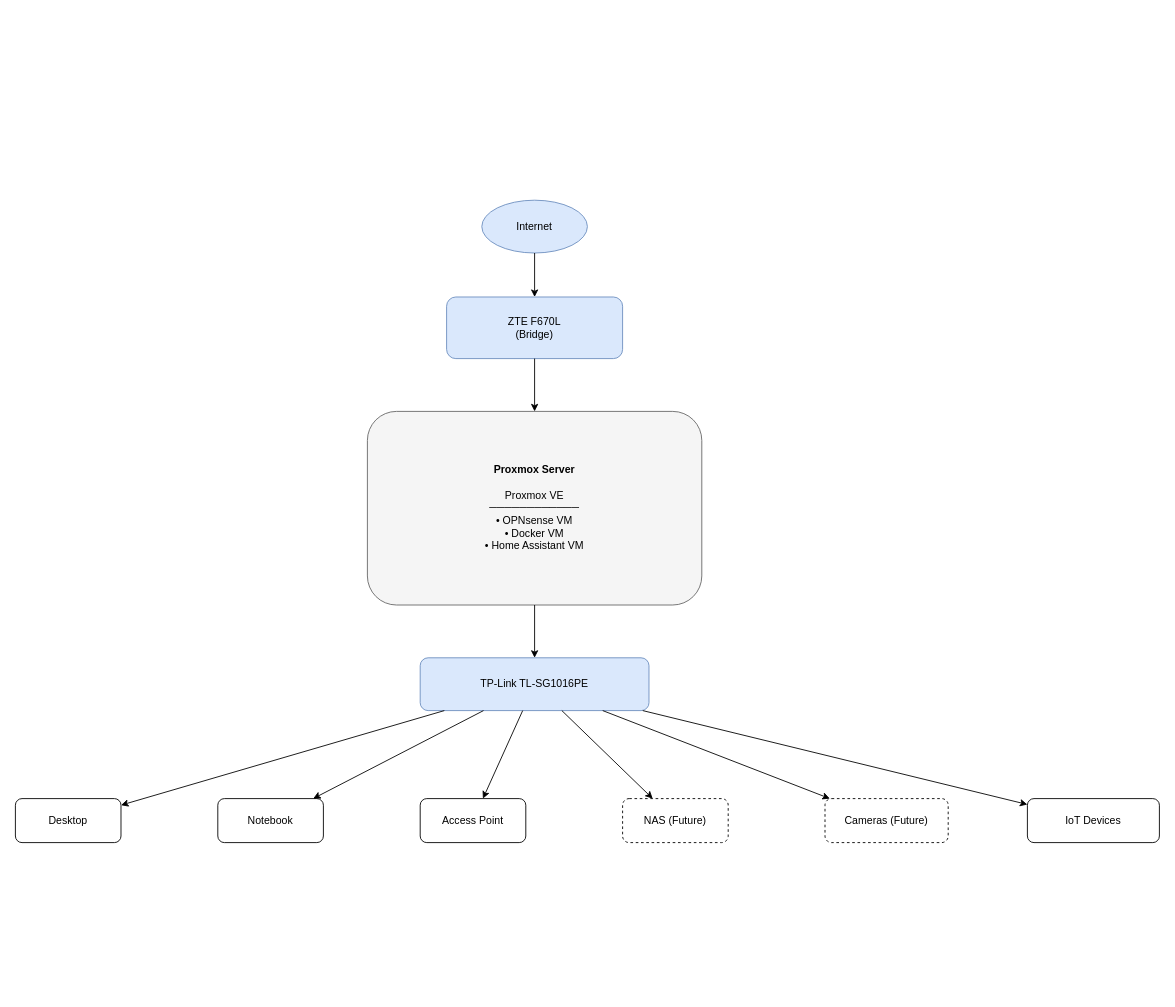
This is diagrams/homelab-architecture.drawio from wmanke952/homelab, a draw.io file, before an edit. Source tidied: cells renumbered, new cells numbered last; positions are measured from the earlier drawing's top-left corner, leaving out a move shared by most shapes. Both pictures are drawn from the tidied source at 88%, with x=0, y=0 at pixel (15, 200).
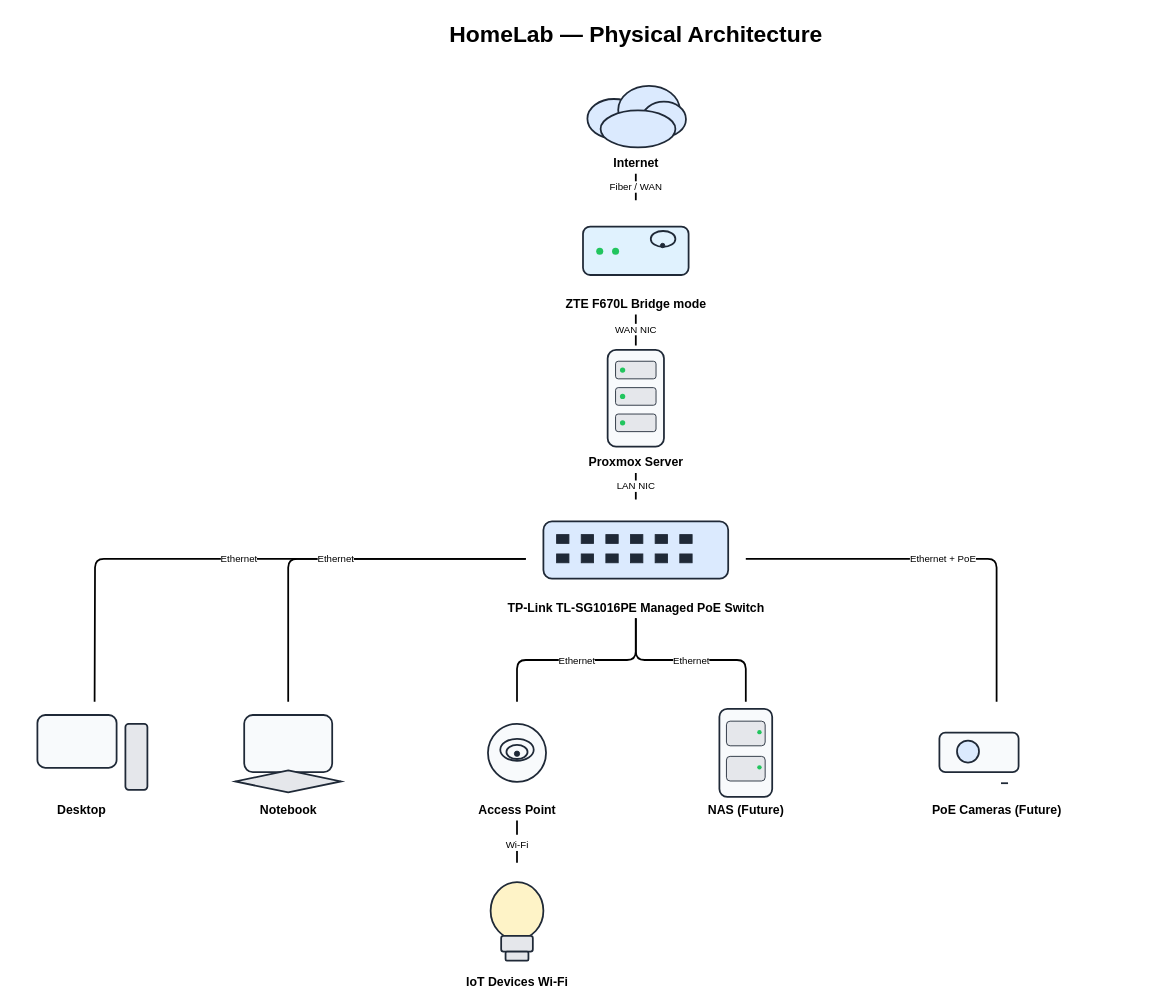
The same page after the edit.

What changed in the source:
```diff
@@
+    <mxCell id="21" value="HomeLab — Physical Architecture" style="text;html=1;strokeColor=none;fillColor=none;align=center;fontSize=26;fontStyle=1;" parent="1" vertex="1">
+      <mxGeometry x="385" y="-210" width="640" height="40" as="geometry" />
+    </mxCell>
+    <mxCell id="22" style="group;" parent="1" vertex="1">
+      <mxGeometry x="630" y="-150" width="150" height="120" as="geometry" />
+    </mxCell>
-    <mxCell id="2" value="Internet" style="ellipse;whiteSpace=wrap;html=1;fillColor=#dae8fc;strokeColor=#6c8ebf;" parent="1" vertex="1">
-      <mxGeometry x="530" width="120" height="60" as="geometry" />
+    <mxCell id="2" value="Internet" style="text;html=1;strokeColor=none;fillColor=none;align=center;verticalAlign=middle;fontSize=14;fontStyle=1;" parent="22" vertex="1">
+      <mxGeometry y="95" width="150" height="25" as="geometry" />
     </mxCell>
-    <mxCell id="3" value="ZTE F670L&#10;(Bridge)" style="rounded=1;whiteSpace=wrap;html=1;fillColor=#dae8fc;strokeColor=#6c8ebf;" parent="1" vertex="1">
-      <mxGeometry x="490" y="110" width="200" height="70" as="geometry" />
-    </mxCell>
-    <mxCell id="4" value="&lt;b&gt;Proxmox Server&lt;/b&gt;&#10;&#10;Proxmox VE&#10;────────────&#10;• OPNsense VM&#10;• Docker VM&#10;• Home Assistant VM" style="rounded=1;whiteSpace=wrap;html=1;fillColor=#f5f5f5;strokeColor=#666666;" parent="1" vertex="1">
-      <mxGeometry x="400" y="240" width="380" height="220" as="geometry" />
-    </mxCell>
-    <mxCell id="5" value="TP-Link TL-SG1016PE" style="rounded=1;whiteSpace=wrap;html=1;fillColor=#dae8fc;strokeColor=#6c8ebf;" parent="1" vertex="1">
-      <mxGeometry x="460" y="520" width="260" height="60" as="geometry" />
-    </mxCell>
+    <mxCell id="23" style="ellipse;whiteSpace=wrap;html=1;fillColor=#dbeafe;strokeColor=#1f2937;strokeWidth=2;" parent="22" vertex="1">
+      <mxGeometry x="20" y="35" width="60" height="45" as="geometry" />
+    </mxCell>
+    <mxCell id="24" style="ellipse;whiteSpace=wrap;html=1;fillColor=#dbeafe;strokeColor=#1f2937;strokeWidth=2;" parent="22" vertex="1">
+      <mxGeometry x="55" y="20" width="70" height="55" as="geometry" />
+    </mxCell>
+    <mxCell id="25" style="ellipse;whiteSpace=wrap;html=1;fillColor=#dbeafe;strokeColor=#1f2937;strokeWidth=2;" parent="22" vertex="1">
+      <mxGeometry x="82" y="38" width="50" height="40" as="geometry" />
+    </mxCell>
+    <mxCell id="26" style="ellipse;whiteSpace=wrap;html=1;fillColor=#dbeafe;strokeColor=#1f2937;strokeWidth=2;" parent="22" vertex="1">
+      <mxGeometry x="35" y="48" width="85" height="42" as="geometry" />
+    </mxCell>
+    <mxCell id="27" style="group;" parent="1" vertex="1">
+      <mxGeometry x="630" width="150" height="130" as="geometry" />
+    </mxCell>
+    <mxCell id="28" value="ZTE F670L Bridge mode" style="text;html=1;strokeColor=none;fillColor=none;align=center;verticalAlign=middle;fontSize=14;fontStyle=1;" parent="27" vertex="1">
+      <mxGeometry y="105" width="150" height="25" as="geometry" />
+    </mxCell>
+    <mxCell id="29" style="rounded=1;whiteSpace=wrap;html=1;fillColor=#e0f2fe;strokeColor=#1f2937;strokeWidth=2;" parent="27" vertex="1">
+      <mxGeometry x="15" y="30" width="120" height="55" as="geometry" />
+    </mxCell>
+    <mxCell id="30" style="ellipse;fillColor=#22c55e;strokeColor=none;" parent="27" vertex="1">
+      <mxGeometry x="30" y="54" width="8" height="8" as="geometry" />
+    </mxCell>
+    <mxCell id="31" style="ellipse;fillColor=#22c55e;strokeColor=none;" parent="27" vertex="1">
+      <mxGeometry x="48" y="54" width="8" height="8" as="geometry" />
+    </mxCell>
+    <mxCell id="32" style="shape=line;strokeColor=#1f2937;strokeWidth=2;" parent="27" vertex="1">
+      <mxGeometry x="104" y="10" height="25" as="geometry" />
+    </mxCell>
+    <mxCell id="33" style="ellipse;arcSize=50;fillColor=none;strokeColor=#1f2937;strokeWidth=2;" parent="27" vertex="1">
+      <mxGeometry x="92" y="35" width="28" height="18" as="geometry" />
+    </mxCell>
+    <mxCell id="34" style="ellipse;fillColor=#1f2937;strokeColor=#1f2937;" parent="27" vertex="1">
+      <mxGeometry x="103" y="49" width="5" height="5" as="geometry" />
+    </mxCell>
+    <mxCell id="35" style="group;" parent="1" vertex="1">
+      <mxGeometry x="630" y="165" width="150" height="145" as="geometry" />
+    </mxCell>
+    <mxCell id="36" value="Proxmox Server" style="text;html=1;strokeColor=none;fillColor=none;align=center;verticalAlign=middle;fontSize=14;fontStyle=1;" parent="35" vertex="1">
+      <mxGeometry y="120" width="150" height="25" as="geometry" />
+    </mxCell>
+    <mxCell id="37" style="rounded=1;whiteSpace=wrap;html=1;fillColor=#f8fafc;strokeColor=#1f2937;strokeWidth=2;" parent="35" vertex="1">
+      <mxGeometry x="43" y="5" width="64" height="110" as="geometry" />
+    </mxCell>
+    <mxCell id="38" style="rounded=1;fillColor=#e5e7eb;strokeColor=#1f2937;strokeWidth=1;" parent="35" vertex="1">
+      <mxGeometry x="52" y="18" width="46" height="20" as="geometry" />
+    </mxCell>
+    <mxCell id="39" style="ellipse;fillColor=#22c55e;strokeColor=none;" parent="35" vertex="1">
+      <mxGeometry x="57" y="25" width="6" height="6" as="geometry" />
+    </mxCell>
+    <mxCell id="40" style="rounded=1;fillColor=#e5e7eb;strokeColor=#1f2937;strokeWidth=1;" parent="35" vertex="1">
+      <mxGeometry x="52" y="48" width="46" height="20" as="geometry" />
+    </mxCell>
+    <mxCell id="41" style="ellipse;fillColor=#22c55e;strokeColor=none;" parent="35" vertex="1">
+      <mxGeometry x="57" y="55" width="6" height="6" as="geometry" />
+    </mxCell>
+    <mxCell id="42" style="rounded=1;fillColor=#e5e7eb;strokeColor=#1f2937;strokeWidth=1;" parent="35" vertex="1">
+      <mxGeometry x="52" y="78" width="46" height="20" as="geometry" />
+    </mxCell>
+    <mxCell id="43" style="ellipse;fillColor=#22c55e;strokeColor=none;" parent="35" vertex="1">
+      <mxGeometry x="57" y="85" width="6" height="6" as="geometry" />
+    </mxCell>
+    <mxCell id="44" style="group;" parent="1" vertex="1">
+      <mxGeometry x="580" y="340" width="250" height="135" as="geometry" />
+    </mxCell>
+    <mxCell id="45" value="TP-Link TL-SG1016PE Managed PoE Switch" style="text;html=1;strokeColor=none;fillColor=none;align=center;verticalAlign=middle;fontSize=14;fontStyle=1;" parent="44" vertex="1">
+      <mxGeometry y="110" width="250" height="25" as="geometry" />
+    </mxCell>
+    <mxCell id="46" style="rounded=1;fillColor=#dbeafe;strokeColor=#1f2937;strokeWidth=2;" parent="44" vertex="1">
+      <mxGeometry x="20" y="25" width="210" height="65" as="geometry" />
+    </mxCell>
+    <mxCell id="47" style="rounded=0;fillColor=#1f2937;strokeColor=#1f2937;" parent="44" vertex="1">
+      <mxGeometry x="35" y="40" width="14" height="10" as="geometry" />
+    </mxCell>
+    <mxCell id="48" style="rounded=0;fillColor=#1f2937;strokeColor=#1f2937;" parent="44" vertex="1">
+      <mxGeometry x="63" y="40" width="14" height="10" as="geometry" />
+    </mxCell>
+    <mxCell id="49" style="rounded=0;fillColor=#1f2937;strokeColor=#1f2937;" parent="44" vertex="1">
+      <mxGeometry x="91" y="40" width="14" height="10" as="geometry" />
+    </mxCell>
+    <mxCell id="50" style="rounded=0;fillColor=#1f2937;strokeColor=#1f2937;" parent="44" vertex="1">
+      <mxGeometry x="119" y="40" width="14" height="10" as="geometry" />
+    </mxCell>
+    <mxCell id="51" style="rounded=0;fillColor=#1f2937;strokeColor=#1f2937;" parent="44" vertex="1">
+      <mxGeometry x="147" y="40" width="14" height="10" as="geometry" />
+    </mxCell>
+    <mxCell id="52" style="rounded=0;fillColor=#1f2937;strokeColor=#1f2937;" parent="44" vertex="1">
+      <mxGeometry x="175" y="40" width="14" height="10" as="geometry" />
+    </mxCell>
+    <mxCell id="53" style="rounded=0;fillColor=#1f2937;strokeColor=#1f2937;" parent="44" vertex="1">
+      <mxGeometry x="35" y="62" width="14" height="10" as="geometry" />
+    </mxCell>
+    <mxCell id="54" style="rounded=0;fillColor=#1f2937;strokeColor=#1f2937;" parent="44" vertex="1">
+      <mxGeometry x="63" y="62" width="14" height="10" as="geometry" />
+    </mxCell>
+    <mxCell id="55" style="rounded=0;fillColor=#1f2937;strokeColor=#1f2937;" parent="44" vertex="1">
+      <mxGeometry x="91" y="62" width="14" height="10" as="geometry" />
+    </mxCell>
+    <mxCell id="56" style="rounded=0;fillColor=#1f2937;strokeColor=#1f2937;" parent="44" vertex="1">
+      <mxGeometry x="119" y="62" width="14" height="10" as="geometry" />
+    </mxCell>
+    <mxCell id="57" style="rounded=0;fillColor=#1f2937;strokeColor=#1f2937;" parent="44" vertex="1">
+      <mxGeometry x="147" y="62" width="14" height="10" as="geometry" />
+    </mxCell>
+    <mxCell id="58" style="rounded=0;fillColor=#1f2937;strokeColor=#1f2937;" parent="44" vertex="1">
+      <mxGeometry x="175" y="62" width="14" height="10" as="geometry" />
+    </mxCell>
+    <mxCell id="59" style="rounded=1;fillColor=#f8fafc;strokeColor=#1f2937;strokeWidth=2;" parent="1" vertex="1">
+      <mxGeometry x="25" y="585" width="90" height="60" as="geometry" />
+    </mxCell>
+    <mxCell id="60" style="shape=line;strokeColor=#1f2937;strokeWidth=2;" parent="1" vertex="1">
+      <mxGeometry x="70" y="645" height="20" as="geometry" />
+    </mxCell>
+    <mxCell id="61" style="shape=line;strokeColor=#1f2937;strokeWidth=2;" parent="1" vertex="1">
+      <mxGeometry x="53" y="665" width="35" as="geometry" />
+    </mxCell>
+    <mxCell id="62" style="rounded=1;fillColor=#e5e7eb;strokeColor=#1f2937;strokeWidth=2;" parent="1" vertex="1">
+      <mxGeometry x="125" y="595" width="25" height="75" as="geometry" />
+    </mxCell>
+    <mxCell id="63" style="group;" parent="1" vertex="1">
+      <mxGeometry x="235" y="570" width="150" height="135" as="geometry" />
+    </mxCell>
+    <mxCell id="7" value="Notebook" style="text;html=1;strokeColor=none;fillColor=none;align=center;verticalAlign=middle;fontSize=14;fontStyle=1;" parent="63" vertex="1">
+      <mxGeometry y="110" width="150" height="25" as="geometry" />
+    </mxCell>
+    <mxCell id="64" style="rounded=1;fillColor=#f8fafc;strokeColor=#1f2937;strokeWidth=2;" parent="63" vertex="1">
+      <mxGeometry x="25" y="15" width="100" height="65" as="geometry" />
+    </mxCell>
+    <mxCell id="65" style="rhombus;fillColor=#e5e7eb;strokeColor=#1f2937;strokeWidth=2;" parent="63" vertex="1">
+      <mxGeometry x="15" y="78" width="120" height="25" as="geometry" />
+    </mxCell>
+    <mxCell id="66" style="group;" parent="1" vertex="1">
+      <mxGeometry x="495" y="570" width="150" height="135" as="geometry" />
+    </mxCell>
+    <mxCell id="8" value="Access Point" style="text;html=1;strokeColor=none;fillColor=none;align=center;verticalAlign=middle;fontSize=14;fontStyle=1;" parent="66" vertex="1">
+      <mxGeometry y="110" width="150" height="25" as="geometry" />
+    </mxCell>
+    <mxCell id="67" style="ellipse;fillColor=#f8fafc;strokeColor=#1f2937;strokeWidth=2;" parent="66" vertex="1">
+      <mxGeometry x="42" y="25" width="66" height="66" as="geometry" />
+    </mxCell>
+    <mxCell id="68" style="shape=line;strokeColor=#1f2937;strokeWidth=2;" parent="66" vertex="1">
+      <mxGeometry x="75" y="5" height="22" as="geometry" />
+    </mxCell>
+    <mxCell id="69" style="ellipse;fillColor=#1f2937;strokeColor=#1f2937;" parent="66" vertex="1">
+      <mxGeometry x="72" y="56" width="6" height="6" as="geometry" />
+    </mxCell>
+    <mxCell id="70" style="ellipse;fillColor=none;strokeColor=#1f2937;strokeWidth=2;" parent="66" vertex="1">
+      <mxGeometry x="56" y="42" width="38" height="25" as="geometry" />
+    </mxCell>
+    <mxCell id="71" style="ellipse;fillColor=none;strokeColor=#1f2937;strokeWidth=2;" parent="66" vertex="1">
+      <mxGeometry x="63" y="49" width="24" height="16" as="geometry" />
+    </mxCell>
+    <mxCell id="72" style="group;opacity=55;" parent="1" vertex="1">
+      <mxGeometry x="755" y="570" width="150" height="135" as="geometry" />
+    </mxCell>
+    <mxCell id="9" value="NAS (Future)" style="text;html=1;strokeColor=none;fillColor=none;align=center;verticalAlign=middle;fontSize=14;fontStyle=1;" parent="72" vertex="1">
+      <mxGeometry y="110" width="150" height="25" as="geometry" />
+    </mxCell>
+    <mxCell id="73" style="rounded=1;fillColor=#f8fafc;strokeColor=#1f2937;strokeWidth=2;" parent="72" vertex="1">
+      <mxGeometry x="45" y="8" width="60" height="100" as="geometry" />
+    </mxCell>
+    <mxCell id="74" style="rounded=1;fillColor=#e5e7eb;strokeColor=#1f2937;strokeWidth=1;" parent="72" vertex="1">
+      <mxGeometry x="53" y="22" width="44" height="28" as="geometry" />
+    </mxCell>
+    <mxCell id="75" style="ellipse;fillColor=#22c55e;strokeColor=none;" parent="72" vertex="1">
+      <mxGeometry x="88" y="32" width="5" height="5" as="geometry" />
+    </mxCell>
+    <mxCell id="76" style="rounded=1;fillColor=#e5e7eb;strokeColor=#1f2937;strokeWidth=1;" parent="72" vertex="1">
+      <mxGeometry x="53" y="62" width="44" height="28" as="geometry" />
+    </mxCell>
+    <mxCell id="77" style="ellipse;fillColor=#22c55e;strokeColor=none;" parent="72" vertex="1">
+      <mxGeometry x="88" y="72" width="5" height="5" as="geometry" />
+    </mxCell>
+    <mxCell id="78" style="group;opacity=55;" parent="1" vertex="1">
+      <mxGeometry x="1025" y="570" width="180" height="135" as="geometry" />
+    </mxCell>
+    <mxCell id="79" value="PoE Cameras (Future)" style="text;html=1;strokeColor=none;fillColor=none;align=center;verticalAlign=middle;fontSize=14;fontStyle=1;" parent="78" vertex="1">
+      <mxGeometry y="110" width="180" height="25" as="geometry" />
+    </mxCell>
+    <mxCell id="80" style="rounded=1;fillColor=#f8fafc;strokeColor=#1f2937;strokeWidth=2;" parent="78" vertex="1">
+      <mxGeometry x="25" y="35" width="90" height="45" as="geometry" />
+    </mxCell>
+    <mxCell id="81" style="ellipse;fillColor=#dbeafe;strokeColor=#1f2937;strokeWidth=2;" parent="78" vertex="1">
+      <mxGeometry x="45" y="44" width="25" height="25" as="geometry" />
+    </mxCell>
+    <mxCell id="82" style="shape=line;strokeColor=#1f2937;strokeWidth=3;" parent="78" vertex="1">
+      <mxGeometry x="115" y="57" width="35" as="geometry" />
+    </mxCell>
+    <mxCell id="83" style="shape=line;strokeColor=#1f2937;strokeWidth=2;" parent="78" vertex="1">
+      <mxGeometry x="40" y="80" width="-8" height="25" as="geometry" />
+    </mxCell>
+    <mxCell id="84" style="shape=line;strokeColor=#1f2937;strokeWidth=2;" parent="78" vertex="1">
+      <mxGeometry x="95" y="80" width="8" height="25" as="geometry" />
+    </mxCell>
+    <mxCell id="85" style="group;opacity=55;" parent="1" vertex="1">
+      <mxGeometry x="485" y="760" width="170" height="140" as="geometry" />
+    </mxCell>
+    <mxCell id="86" value="IoT Devices Wi-Fi" style="text;html=1;strokeColor=none;fillColor=none;align=center;verticalAlign=middle;fontSize=14;fontStyle=1;" parent="85" vertex="1">
+      <mxGeometry y="115" width="170" height="25" as="geometry" />
+    </mxCell>
+    <mxCell id="87" style="ellipse;fillColor=#fef3c7;strokeColor=#1f2937;strokeWidth=2;" parent="85" vertex="1">
+      <mxGeometry x="55" y="15" width="60" height="65" as="geometry" />
+    </mxCell>
+    <mxCell id="88" style="rounded=1;fillColor=#e5e7eb;strokeColor=#1f2937;strokeWidth=2;" parent="85" vertex="1">
+      <mxGeometry x="67" y="76" width="36" height="18" as="geometry" />
+    </mxCell>
+    <mxCell id="89" style="rounded=1;fillColor=#e5e7eb;strokeColor=#1f2937;strokeWidth=2;" parent="85" vertex="1">
+      <mxGeometry x="72" y="94" width="26" height="10" as="geometry" />
+    </mxCell>
+    <mxCell id="90" style="shape=line;strokeColor=#1f2937;strokeWidth=2;" parent="85" vertex="1">
+      <mxGeometry x="85" y="34" height="28" as="geometry" />
+    </mxCell>
+    <mxCell id="91" style="shape=line;strokeColor=#1f2937;strokeWidth=2;" parent="85" vertex="1">
+      <mxGeometry x="70" y="48" width="30" as="geometry" />
+    </mxCell>
+    <mxCell id="92" value="Fiber / WAN" style="edgeStyle=orthogonalEdgeStyle;rounded=1;jettySize=auto;html=1;strokeWidth=2;endArrow=none;" parent="1" edge="1" source="22" target="27">
+      <mxGeometry relative="1" as="geometry" />
+    </mxCell>
+    <mxCell id="93" value="WAN NIC" style="edgeStyle=orthogonalEdgeStyle;rounded=1;jettySize=auto;html=1;strokeWidth=2;endArrow=none;" parent="1" edge="1" source="27" target="35">
+      <mxGeometry relative="1" as="geometry" />
+    </mxCell>
+    <mxCell id="94" value="LAN NIC" style="edgeStyle=orthogonalEdgeStyle;rounded=1;jettySize=auto;html=1;strokeWidth=2;endArrow=none;" parent="1" edge="1" source="35" target="44">
+      <mxGeometry relative="1" as="geometry" />
+    </mxCell>
+    <mxCell id="95" value="Ethernet" style="edgeStyle=orthogonalEdgeStyle;rounded=1;jettySize=auto;html=1;strokeWidth=2;endArrow=none;" parent="1" edge="1" source="44">
+      <mxGeometry relative="1" as="geometry">
+        <mxPoint x="90" y="570" as="targetPoint" />
+      </mxGeometry>
+    </mxCell>
+    <mxCell id="96" value="Ethernet" style="edgeStyle=orthogonalEdgeStyle;rounded=1;jettySize=auto;html=1;strokeWidth=2;endArrow=none;" parent="1" edge="1" source="44" target="63">
+      <mxGeometry relative="1" as="geometry" />
+    </mxCell>
+    <mxCell id="97" value="Ethernet" style="edgeStyle=orthogonalEdgeStyle;rounded=1;jettySize=auto;html=1;strokeWidth=2;endArrow=none;" parent="1" edge="1" source="44" target="66">
+      <mxGeometry relative="1" as="geometry" />
+    </mxCell>
+    <mxCell id="98" value="Ethernet" style="edgeStyle=orthogonalEdgeStyle;rounded=1;jettySize=auto;html=1;strokeWidth=2;endArrow=none;" parent="1" edge="1" source="44" target="72">
+      <mxGeometry relative="1" as="geometry" />
+    </mxCell>
+    <mxCell id="99" value="Ethernet + PoE" style="edgeStyle=orthogonalEdgeStyle;rounded=1;jettySize=auto;html=1;strokeWidth=2;endArrow=none;" parent="1" edge="1" source="44" target="78">
+      <mxGeometry relative="1" as="geometry" />
+    </mxCell>
+    <mxCell id="100" value="Wi-Fi" style="edgeStyle=orthogonalEdgeStyle;rounded=1;jettySize=auto;html=1;strokeWidth=2;endArrow=none;dashed=1;dashPattern=8 8;" parent="1" edge="1" source="66" target="85">
+      <mxGeometry relative="1" as="geometry" />
+    </mxCell>
-    <mxCell id="6" value="Desktop" style="rounded=1;whiteSpace=wrap;html=1;" parent="1" vertex="1">
-      <mxGeometry y="680" width="120" height="50" as="geometry" />
+    <mxCell id="6" value="Desktop" style="text;html=1;strokeColor=none;fillColor=none;align=center;verticalAlign=middle;fontSize=14;fontStyle=1;" parent="1" vertex="1">
+      <mxGeometry y="680" width="150" height="25" as="geometry" />
     </mxCell>
-    <mxCell id="7" value="Notebook" style="rounded=1;whiteSpace=wrap;html=1;" parent="1" vertex="1">
-      <mxGeometry x="230" y="680" width="120" height="50" as="geometry" />
-    </mxCell>
-    <mxCell id="8" value="Access Point" style="rounded=1;whiteSpace=wrap;html=1;" parent="1" vertex="1">
-      <mxGeometry x="460" y="680" width="120" height="50" as="geometry" />
-    </mxCell>
-    <mxCell id="9" value="NAS (Future)" style="rounded=1;dashed=1;whiteSpace=wrap;html=1;" parent="1" vertex="1">
-      <mxGeometry x="690" y="680" width="120" height="50" as="geometry" />
-    </mxCell>
-    <mxCell id="10" value="Cameras (Future)" style="rounded=1;dashed=1;whiteSpace=wrap;html=1;" parent="1" vertex="1">
-      <mxGeometry x="920" y="680" width="140" height="50" as="geometry" />
-    </mxCell>
-    <mxCell id="11" value="IoT Devices" style="rounded=1;whiteSpace=wrap;html=1;" parent="1" vertex="1">
-      <mxGeometry x="1150" y="680" width="150" height="50" as="geometry" />
-    </mxCell>
-    <mxCell id="12" parent="1" edge="1" source="2" target="3">
-      <mxGeometry relative="1" as="geometry" />
-    </mxCell>
-    <mxCell id="13" parent="1" edge="1" source="3" target="4">
-      <mxGeometry relative="1" as="geometry" />
-    </mxCell>
-    <mxCell id="14" parent="1" edge="1" source="4" target="5">
-      <mxGeometry relative="1" as="geometry" />
-    </mxCell>
-    <mxCell id="15" parent="1" edge="1" source="5" target="6">
-      <mxGeometry relative="1" as="geometry" />
-    </mxCell>
-    <mxCell id="16" parent="1" edge="1" source="5" target="7">
-      <mxGeometry relative="1" as="geometry" />
-    </mxCell>
-    <mxCell id="17" parent="1" edge="1" source="5" target="8">
-      <mxGeometry relative="1" as="geometry" />
-    </mxCell>
-    <mxCell id="18" parent="1" edge="1" source="5" target="9">
-      <mxGeometry relative="1" as="geometry" />
-    </mxCell>
-    <mxCell id="19" parent="1" edge="1" source="5" target="10">
-      <mxGeometry relative="1" as="geometry" />
-    </mxCell>
-    <mxCell id="20" parent="1" edge="1" source="5" target="11">
-      <mxGeometry relative="1" as="geometry" />
-    </mxCell>
```
